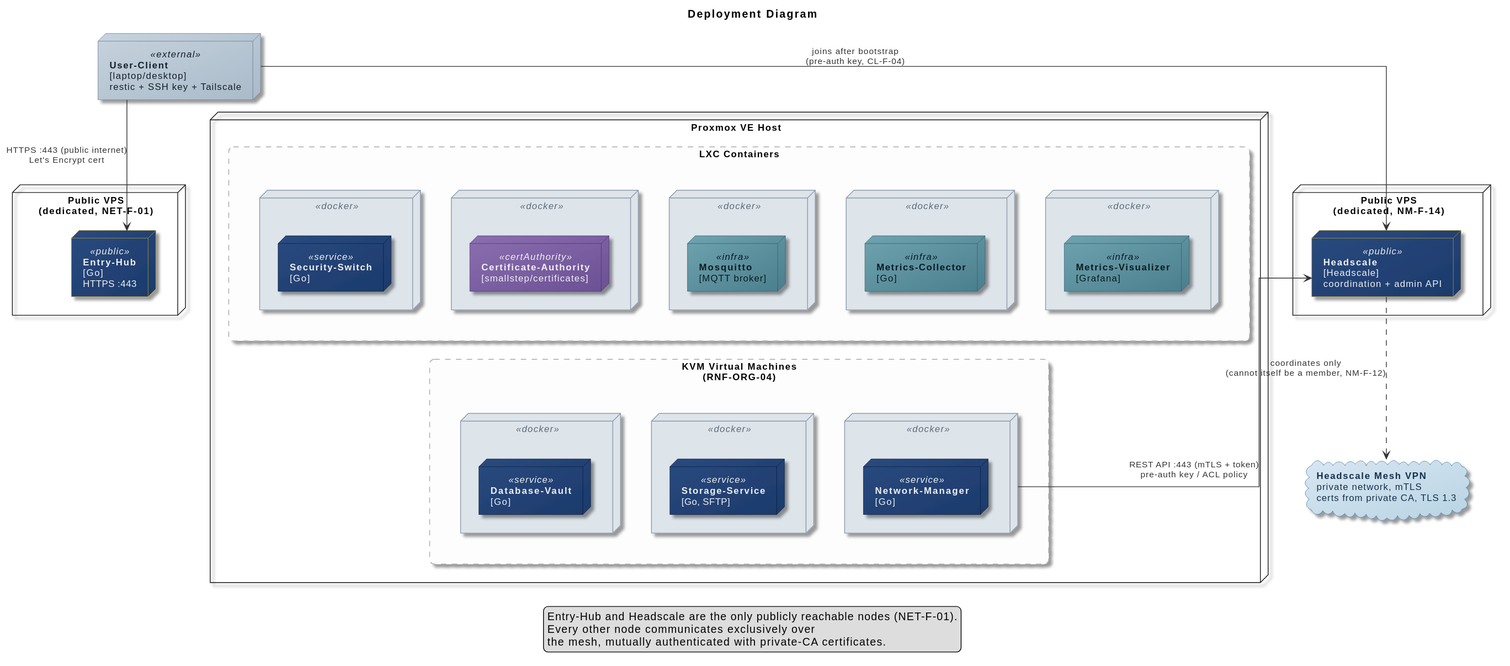
This is docs/design/diagrams/rendered/02-architecture-deployment.svg from Verryx-02/RAM-USB, a PlantUML export, as it was before one commit.
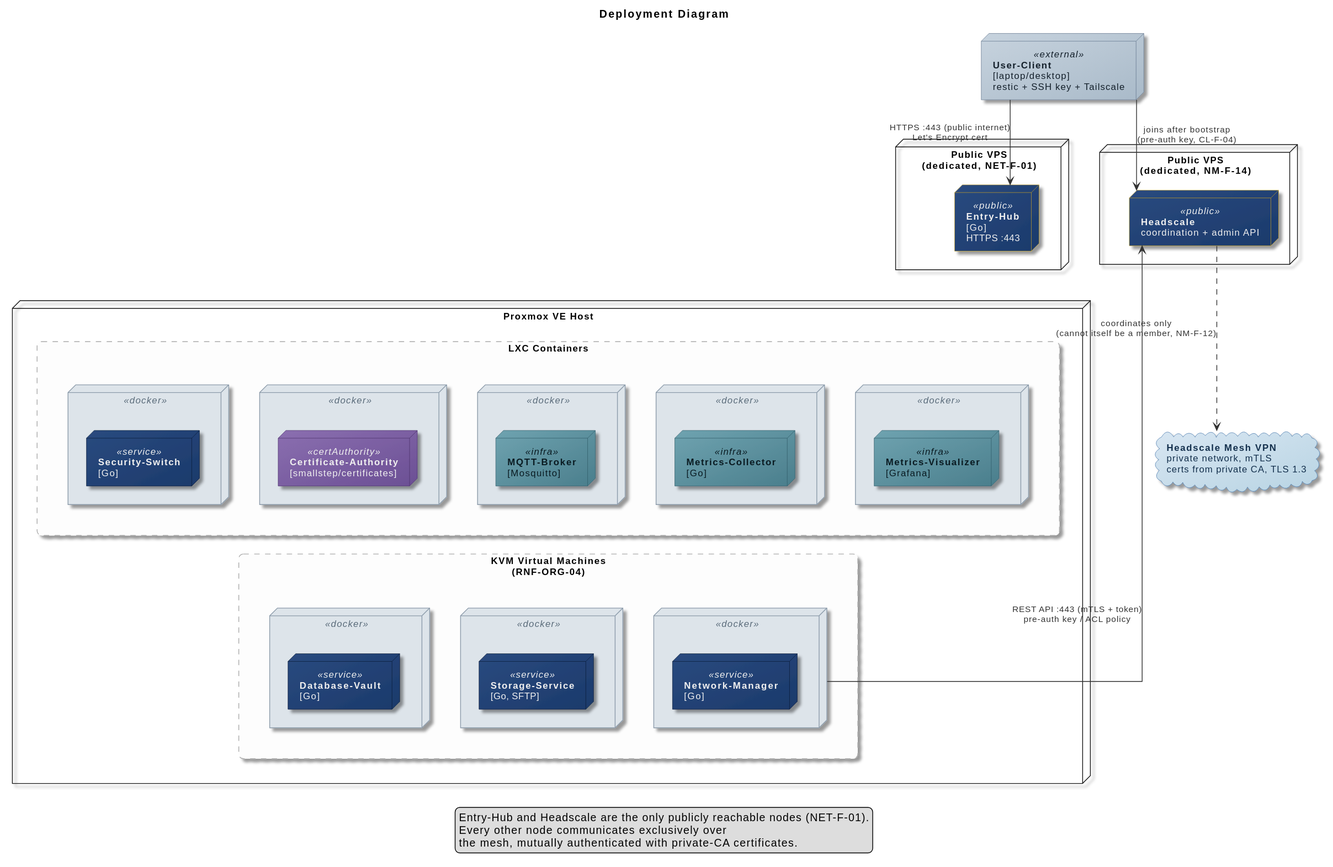
After the commit.

Commit message:
docs(project): fix Headscale/MQTT-Broker component naming and reading order in the architecture diagrams (NM-F-12, NM-F-14)

Diff of the diagram source:
```diff
@@ -4,7 +4,7 @@
 title Deployment Diagram
 
 skinparam nodesep 30
-skinparam ranksep 50
+skinparam ranksep 110
 skinparam ArrowFontSize 11
 skinparam roundCorner 12
 skinparam linetype ortho
@@ -39,7 +39,7 @@
 }
 
 node "Public VPS\n(dedicated, NM-F-14)" as HeadscaleVPS {
-  node "**Headscale**\n[Headscale]\ncoordination + admin API" as Headscale <<public>>
+  node "**Headscale**\ncoordination + admin API" as Headscale <<public>>
 }
 
 cloud "**Headscale Mesh VPN**\nprivate network, mTLS\ncerts from private CA, TLS 1.3" as Mesh
@@ -58,7 +58,7 @@
         node "**Certificate-Authority**\n[smallstep/certificates]" as CA <<certAuthority>>
       }
       node " " as MosquittoDocker <<docker>> {
-        node "**Mosquitto**\n[MQTT broker]" as Mosquitto <<infra>>
+        node "**MQTT-Broker**\n[Mosquitto]" as Mosquitto <<infra>>
       }
       node " " as MetricsCollectorDocker <<docker>> {
         node "**Metrics-Collector**\n[Go]" as MetricsCollector <<infra>>
@@ -94,6 +94,9 @@
   SecuritySwitchDocker -[hidden]down- DatabaseVaultDocker
 }
 
+EntryHubVPS -[hidden]down- Proxmox
+HeadscaleVPS -[hidden]down- Proxmox
+
 UserClient -down-> EntryHub : HTTPS :443 (public internet)\nLet's Encrypt cert
 UserClient -right-> Headscale : joins after bootstrap\n(pre-auth key, CL-F-04)
 Headscale ..> Mesh : coordinates only\n(cannot itself be a member, NM-F-12)
```
